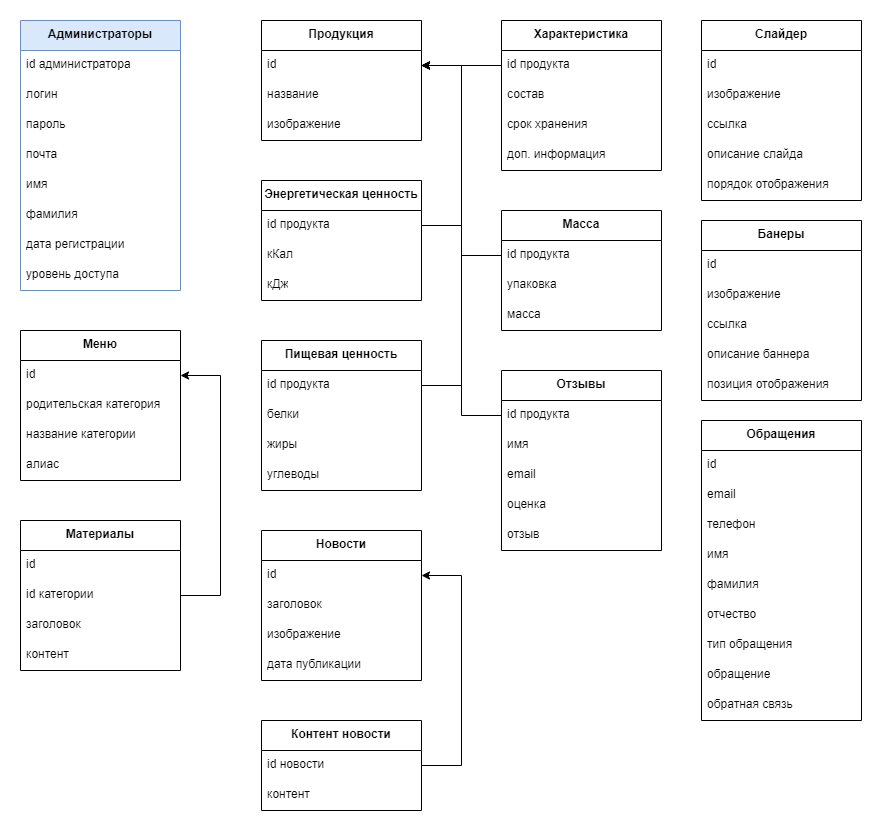
This is Диаграммы/Схема БД.png from Artyomkin141z/bread, a draw.io export, as it was before one commit. Source tidied: cells renumbered, new cells last; positions are measured from the earlier drawing's top-left corner, leaving out a move shared by most shapes.
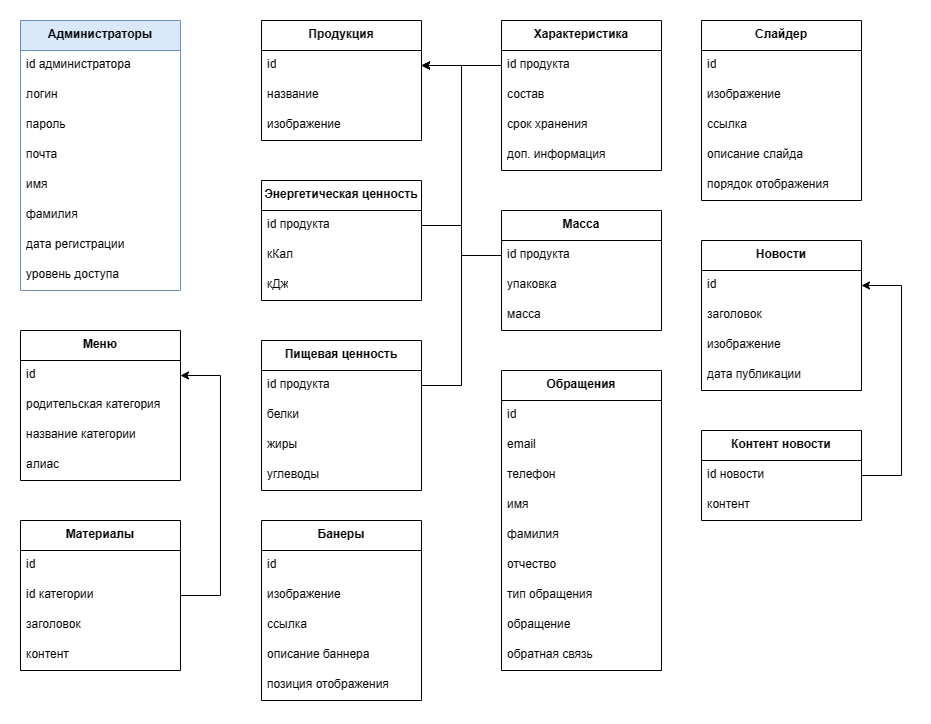
Above is the later version.

The edit, as a diff of the source:
```diff
@@ -117,29 +117,8 @@
         </Array>
       </mxGeometry>
     </mxCell>
-    <mxCell id="37" value="Отзывы" style="swimlane;fontStyle=1;align=center;verticalAlign=top;horizontal=1;startSize=30;whiteSpace=wrap;html=1;" parent="1" vertex="1">
-      <mxGeometry x="481" y="350" width="160" height="180" as="geometry" />
-    </mxCell>
-    <mxCell id="38" value="id продукта" style="text;align=left;verticalAlign=top;spacingLeft=4;spacingRight=4;overflow=hidden;points=[[0,0.5],[1,0.5]];portConstraint=eastwest;whiteSpace=wrap;html=1;" parent="37" vertex="1">
-      <mxGeometry y="30" width="160" height="30" as="geometry" />
-    </mxCell>
-    <mxCell id="39" value="имя" style="text;strokeColor=none;fillColor=none;align=left;verticalAlign=top;spacingLeft=4;spacingRight=4;overflow=hidden;whiteSpace=wrap;html=1;" parent="37" vertex="1">
-      <mxGeometry y="60" width="160" height="30" as="geometry" />
-    </mxCell>
-    <mxCell id="40" value="email" style="text;strokeColor=none;fillColor=none;align=left;verticalAlign=top;spacingLeft=4;spacingRight=4;overflow=hidden;whiteSpace=wrap;html=1;" parent="37" vertex="1">
-      <mxGeometry y="90" width="160" height="30" as="geometry" />
-    </mxCell>
-    <mxCell id="41" value="оценка" style="text;strokeColor=none;fillColor=none;align=left;verticalAlign=top;spacingLeft=4;spacingRight=4;overflow=hidden;whiteSpace=wrap;html=1;" parent="37" vertex="1">
-      <mxGeometry y="120" width="160" height="30" as="geometry" />
-    </mxCell>
-    <mxCell id="42" value="отзыв" style="text;strokeColor=none;fillColor=none;align=left;verticalAlign=top;spacingLeft=4;spacingRight=4;overflow=hidden;whiteSpace=wrap;html=1;" parent="37" vertex="1">
-      <mxGeometry y="150" width="160" height="30" as="geometry" />
-    </mxCell>
-    <mxCell id="43" style="edgeStyle=orthogonalEdgeStyle;rounded=0;jettySize=auto;html=1;" parent="1" edge="1" source="38" target="12">
-      <mxGeometry relative="1" as="geometry" />
-    </mxCell>
     <mxCell id="44" value="Новости" style="swimlane;fontStyle=1;align=center;verticalAlign=top;horizontal=1;startSize=30;whiteSpace=wrap;html=1;" parent="1" vertex="1">
-      <mxGeometry x="241" y="510" width="160" height="150" as="geometry" />
+      <mxGeometry x="681" y="220" width="160" height="150" as="geometry" />
     </mxCell>
     <mxCell id="45" value="id" style="text;align=left;verticalAlign=top;spacingLeft=4;spacingRight=4;overflow=hidden;points=[[0,0.5],[1,0.5]];portConstraint=eastwest;whiteSpace=wrap;html=1;" parent="44" vertex="1">
       <mxGeometry y="30" width="160" height="30" as="geometry" />
@@ -154,7 +133,7 @@
       <mxGeometry y="120" width="160" height="30" as="geometry" />
     </mxCell>
     <mxCell id="49" value="Контент новости" style="swimlane;fontStyle=1;align=center;verticalAlign=top;horizontal=1;startSize=30;whiteSpace=wrap;html=1;" parent="1" vertex="1">
-      <mxGeometry x="241" y="700" width="160" height="90" as="geometry" />
+      <mxGeometry x="681" y="410" width="160" height="90" as="geometry" />
     </mxCell>
     <mxCell id="50" value="id новости" style="text;align=left;verticalAlign=top;spacingLeft=4;spacingRight=4;overflow=hidden;points=[[0,0.5],[1,0.5]];portConstraint=eastwest;whiteSpace=wrap;html=1;" parent="49" vertex="1">
       <mxGeometry y="30" width="160" height="30" as="geometry" />
@@ -165,8 +144,8 @@
     <mxCell id="52" style="edgeStyle=orthogonalEdgeStyle;rounded=0;jettySize=auto;html=1;" parent="1" edge="1" source="50" target="45">
       <mxGeometry relative="1" as="geometry">
         <Array as="points">
-          <mxPoint x="441" y="745" />
-          <mxPoint x="441" y="555" />
+          <mxPoint x="881" y="455" />
+          <mxPoint x="881" y="265" />
         </Array>
       </mxGeometry>
     </mxCell>
@@ -189,7 +168,7 @@
       <mxGeometry y="150" width="160" height="30" as="geometry" />
     </mxCell>
     <mxCell id="59" value="Банеры" style="swimlane;fontStyle=1;align=center;verticalAlign=top;horizontal=1;startSize=30;whiteSpace=wrap;html=1;" parent="1" vertex="1">
-      <mxGeometry x="681" y="200" width="160" height="180" as="geometry" />
+      <mxGeometry x="241" y="500" width="160" height="180" as="geometry" />
     </mxCell>
     <mxCell id="60" value="id" style="text;align=left;verticalAlign=top;spacingLeft=4;spacingRight=4;overflow=hidden;whiteSpace=wrap;html=1;" parent="59" vertex="1">
       <mxGeometry y="30" width="160" height="30" as="geometry" />
@@ -207,7 +186,7 @@
       <mxGeometry y="150" width="160" height="30" as="geometry" />
     </mxCell>
     <mxCell id="65" value="Обращения" style="swimlane;fontStyle=1;align=center;verticalAlign=top;horizontal=1;startSize=30;whiteSpace=wrap;html=1;" parent="1" vertex="1">
-      <mxGeometry x="681" y="400" width="160" height="300" as="geometry" />
+      <mxGeometry x="481" y="350" width="160" height="300" as="geometry" />
     </mxCell>
     <mxCell id="66" value="id" style="text;align=left;verticalAlign=top;spacingLeft=4;spacingRight=4;overflow=hidden;whiteSpace=wrap;html=1;" parent="65" vertex="1">
       <mxGeometry y="30" width="160" height="30" as="geometry" />
```
